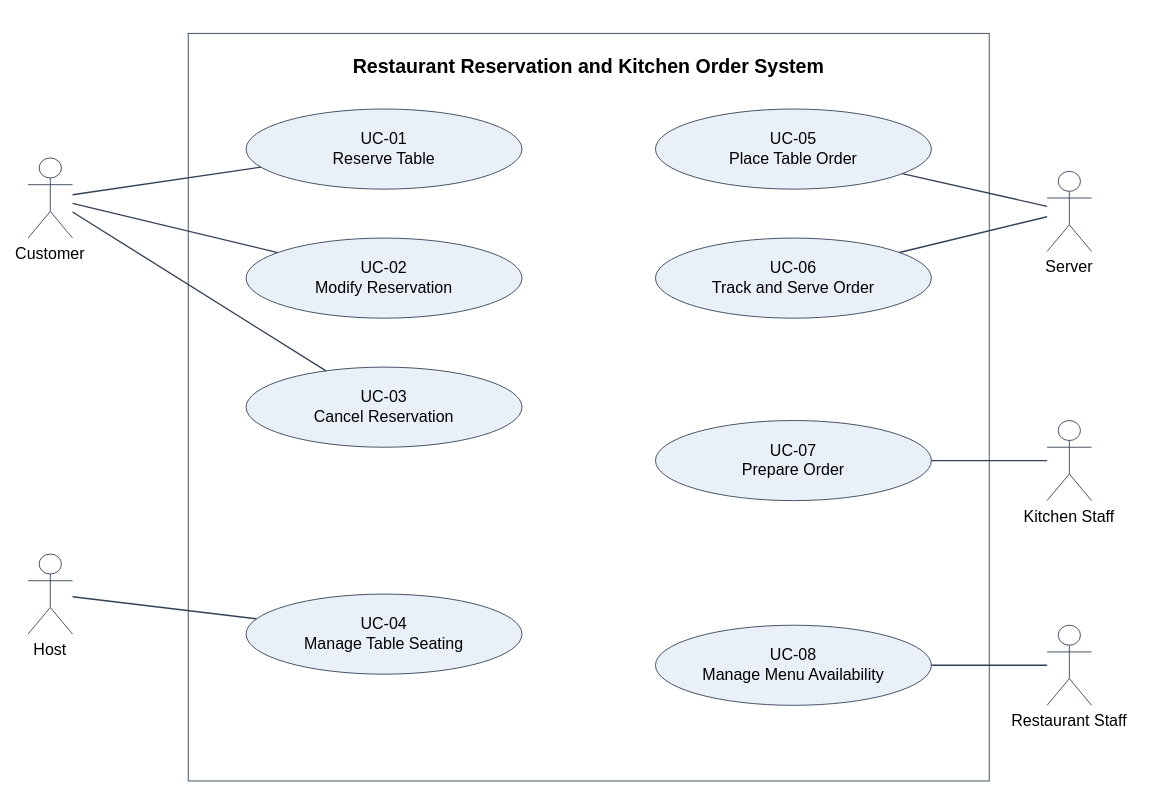
Above: docs/p2/diagrams/use-cases.drawio in sandip10nepal/cs3354-project-p1 (draw.io), before the change. Source tidied: cells renumbered, new cells numbered last; positions are measured from the earlier drawing's top-left corner, leaving out a move shared by most shapes. Both pictures are drawn from the tidied source at 89%, with x=0, y=0 at pixel (28, 33).
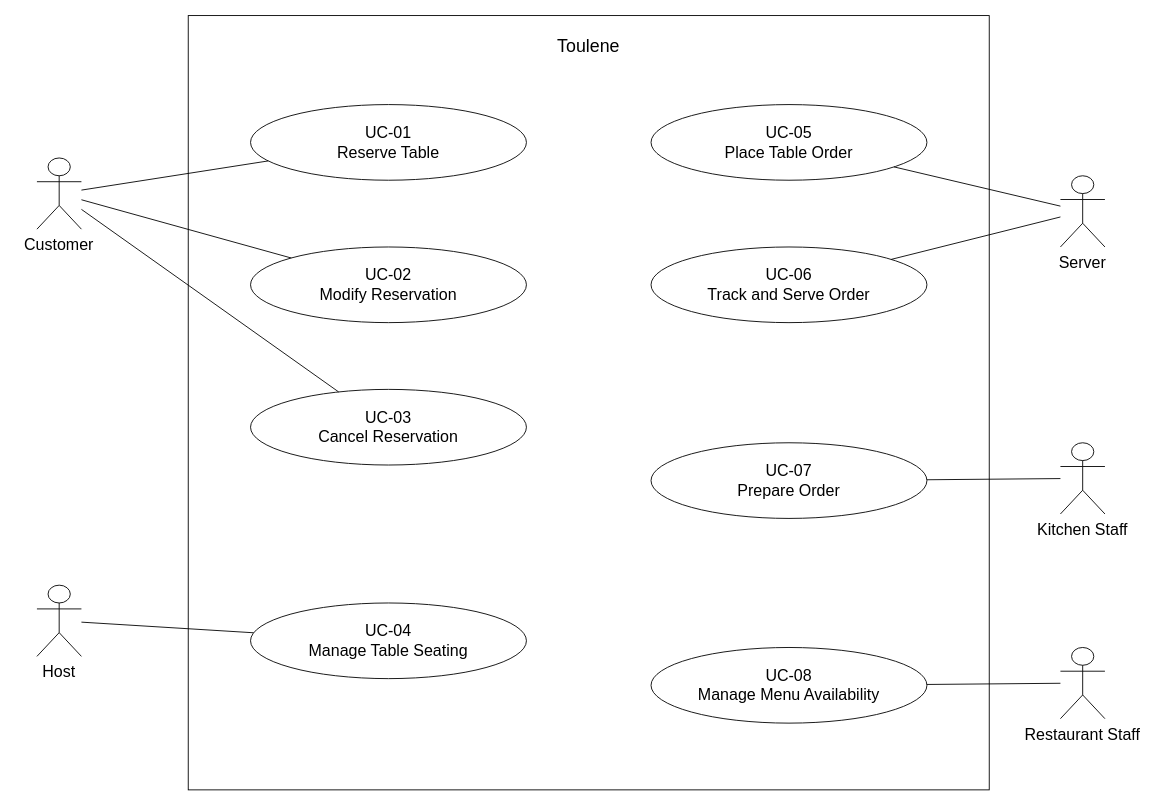
Above is the later version.

The edit, as a diff of the source:
```diff
@@
-    <mxCell id="2" value="Restaurant Reservation and Kitchen Order System" style="rounded=0;whiteSpace=wrap;html=0;fillColor=#ffffff;strokeColor=#334155;verticalAlign=top;spacingTop=18;fontSize=22;fontStyle=1;" parent="1" vertex="1">
-      <mxGeometry x="180" width="900" height="840" as="geometry" />
+    <mxCell id="2" value="Toulene" style="rounded=0;html=0;fillColor=#ffffff;strokeColor=#000000;verticalAlign=top;spacingTop=15;fontSize=20;" parent="1" vertex="1">
+      <mxGeometry x="180" y="-20" width="900" height="870" as="geometry" />
     </mxCell>
-    <mxCell id="3" value="Customer" style="shape=umlActor;verticalLabelPosition=bottom;verticalAlign=top;html=0;strokeColor=#334155;fillColor=#ffffff;fontSize=18;" parent="1" vertex="1">
-      <mxGeometry y="140" width="50" height="90" as="geometry" />
+    <mxCell id="3" value="Customer" style="shape=umlActor;verticalLabelPosition=bottom;verticalAlign=top;html=0;fillColor=#ffffff;strokeColor=#000000;fontSize=18;" parent="1" vertex="1">
+      <mxGeometry x="10" y="140" width="50" height="80" as="geometry" />
     </mxCell>
-    <mxCell id="4" value="Host" style="shape=umlActor;verticalLabelPosition=bottom;verticalAlign=top;html=0;strokeColor=#334155;fillColor=#ffffff;fontSize=18;" parent="1" vertex="1">
-      <mxGeometry y="585" width="50" height="90" as="geometry" />
+    <mxCell id="4" value="Host" style="shape=umlActor;verticalLabelPosition=bottom;verticalAlign=top;html=0;fillColor=#ffffff;strokeColor=#000000;fontSize=18;" parent="1" vertex="1">
+      <mxGeometry x="10" y="620" width="50" height="80" as="geometry" />
     </mxCell>
-    <mxCell id="5" value="Server" style="shape=umlActor;verticalLabelPosition=bottom;verticalAlign=top;html=0;strokeColor=#334155;fillColor=#ffffff;fontSize=18;" parent="1" vertex="1">
-      <mxGeometry x="1145" y="155" width="50" height="90" as="geometry" />
+    <mxCell id="5" value="Server" style="shape=umlActor;verticalLabelPosition=bottom;verticalAlign=top;html=0;fillColor=#ffffff;strokeColor=#000000;fontSize=18;" parent="1" vertex="1">
+      <mxGeometry x="1160" y="160" width="50" height="80" as="geometry" />
     </mxCell>
-    <mxCell id="6" value="Kitchen Staff" style="shape=umlActor;verticalLabelPosition=bottom;verticalAlign=top;html=0;strokeColor=#334155;fillColor=#ffffff;fontSize=18;" parent="1" vertex="1">
-      <mxGeometry x="1145" y="435" width="50" height="90" as="geometry" />
+    <mxCell id="6" value="Kitchen Staff" style="shape=umlActor;verticalLabelPosition=bottom;verticalAlign=top;html=0;fillColor=#ffffff;strokeColor=#000000;fontSize=18;" parent="1" vertex="1">
+      <mxGeometry x="1160" y="460" width="50" height="80" as="geometry" />
     </mxCell>
-    <mxCell id="7" value="Restaurant Staff" style="shape=umlActor;verticalLabelPosition=bottom;verticalAlign=top;html=0;strokeColor=#334155;fillColor=#ffffff;fontSize=18;" parent="1" vertex="1">
-      <mxGeometry x="1145" y="665" width="50" height="90" as="geometry" />
+    <mxCell id="7" value="Restaurant Staff" style="shape=umlActor;verticalLabelPosition=bottom;verticalAlign=top;html=0;fillColor=#ffffff;strokeColor=#000000;fontSize=18;" parent="1" vertex="1">
+      <mxGeometry x="1160" y="690" width="50" height="80" as="geometry" />
     </mxCell>
-    <mxCell id="8" value="UC-01&#10;Reserve Table" style="ellipse;whiteSpace=wrap;html=0;fillColor=#eaf0f8;strokeColor=#334155;fontSize=18;" parent="1" vertex="1">
-      <mxGeometry x="245" y="85" width="310" height="90" as="geometry" />
+    <mxCell id="8" value="UC-01&#10;Reserve Table" style="ellipse;whiteSpace=wrap;html=0;fillColor=#ffffff;strokeColor=#000000;fontSize=18;" parent="1" vertex="1">
+      <mxGeometry x="250" y="80" width="310" height="85" as="geometry" />
     </mxCell>
+    <mxCell id="16" style="endArrow=none;startArrow=none;strokeColor=#000000;" parent="1" edge="1" source="3" target="8">
+      <mxGeometry relative="1" as="geometry" />
+    </mxCell>
-    <mxCell id="9" value="UC-02&#10;Modify Reservation" style="ellipse;whiteSpace=wrap;html=0;fillColor=#eaf0f8;strokeColor=#334155;fontSize=18;" parent="1" vertex="1">
-      <mxGeometry x="245" y="230" width="310" height="90" as="geometry" />
+    <mxCell id="9" value="UC-02&#10;Modify Reservation" style="ellipse;whiteSpace=wrap;html=0;fillColor=#ffffff;strokeColor=#000000;fontSize=18;" parent="1" vertex="1">
+      <mxGeometry x="250" y="240" width="310" height="85" as="geometry" />
     </mxCell>
+    <mxCell id="17" style="endArrow=none;startArrow=none;strokeColor=#000000;" parent="1" edge="1" source="3" target="9">
+      <mxGeometry relative="1" as="geometry" />
+    </mxCell>
-    <mxCell id="10" value="UC-03&#10;Cancel Reservation" style="ellipse;whiteSpace=wrap;html=0;fillColor=#eaf0f8;strokeColor=#334155;fontSize=18;" parent="1" vertex="1">
-      <mxGeometry x="245" y="375" width="310" height="90" as="geometry" />
+    <mxCell id="10" value="UC-03&#10;Cancel Reservation" style="ellipse;whiteSpace=wrap;html=0;fillColor=#ffffff;strokeColor=#000000;fontSize=18;" parent="1" vertex="1">
+      <mxGeometry x="250" y="400" width="310" height="85" as="geometry" />
     </mxCell>
+    <mxCell id="18" style="endArrow=none;startArrow=none;strokeColor=#000000;" parent="1" edge="1" source="3" target="10">
+      <mxGeometry relative="1" as="geometry" />
+    </mxCell>
-    <mxCell id="11" value="UC-04&#10;Manage Table Seating" style="ellipse;whiteSpace=wrap;html=0;fillColor=#eaf0f8;strokeColor=#334155;fontSize=18;" parent="1" vertex="1">
-      <mxGeometry x="245" y="630" width="310" height="90" as="geometry" />
+    <mxCell id="11" value="UC-04&#10;Manage Table Seating" style="ellipse;whiteSpace=wrap;html=0;fillColor=#ffffff;strokeColor=#000000;fontSize=18;" parent="1" vertex="1">
+      <mxGeometry x="250" y="640" width="310" height="85" as="geometry" />
     </mxCell>
+    <mxCell id="19" style="endArrow=none;startArrow=none;strokeColor=#000000;" parent="1" edge="1" source="4" target="11">
+      <mxGeometry relative="1" as="geometry" />
+    </mxCell>
-    <mxCell id="12" value="UC-05&#10;Place Table Order" style="ellipse;whiteSpace=wrap;html=0;fillColor=#eaf0f8;strokeColor=#334155;fontSize=18;" parent="1" vertex="1">
-      <mxGeometry x="705" y="85" width="310" height="90" as="geometry" />
+    <mxCell id="12" value="UC-05&#10;Place Table Order" style="ellipse;whiteSpace=wrap;html=0;fillColor=#ffffff;strokeColor=#000000;fontSize=18;" parent="1" vertex="1">
+      <mxGeometry x="700" y="80" width="310" height="85" as="geometry" />
     </mxCell>
+    <mxCell id="20" style="endArrow=none;startArrow=none;strokeColor=#000000;" parent="1" edge="1" source="5" target="12">
+      <mxGeometry relative="1" as="geometry" />
+    </mxCell>
-    <mxCell id="13" value="UC-06&#10;Track and Serve Order" style="ellipse;whiteSpace=wrap;html=0;fillColor=#eaf0f8;strokeColor=#334155;fontSize=18;" parent="1" vertex="1">
-      <mxGeometry x="705" y="230" width="310" height="90" as="geometry" />
+    <mxCell id="13" value="UC-06&#10;Track and Serve Order" style="ellipse;whiteSpace=wrap;html=0;fillColor=#ffffff;strokeColor=#000000;fontSize=18;" parent="1" vertex="1">
+      <mxGeometry x="700" y="240" width="310" height="85" as="geometry" />
     </mxCell>
+    <mxCell id="21" style="endArrow=none;startArrow=none;strokeColor=#000000;" parent="1" edge="1" source="5" target="13">
+      <mxGeometry relative="1" as="geometry" />
+    </mxCell>
-    <mxCell id="14" value="UC-07&#10;Prepare Order" style="ellipse;whiteSpace=wrap;html=0;fillColor=#eaf0f8;strokeColor=#334155;fontSize=18;" parent="1" vertex="1">
-      <mxGeometry x="705" y="435" width="310" height="90" as="geometry" />
+    <mxCell id="14" value="UC-07&#10;Prepare Order" style="ellipse;whiteSpace=wrap;html=0;fillColor=#ffffff;strokeColor=#000000;fontSize=18;" parent="1" vertex="1">
+      <mxGeometry x="700" y="460" width="310" height="85" as="geometry" />
     </mxCell>
+    <mxCell id="22" style="endArrow=none;startArrow=none;strokeColor=#000000;" parent="1" edge="1" source="6" target="14">
+      <mxGeometry relative="1" as="geometry" />
+    </mxCell>
-    <mxCell id="15" value="UC-08&#10;Manage Menu Availability" style="ellipse;whiteSpace=wrap;html=0;fillColor=#eaf0f8;strokeColor=#334155;fontSize=18;" parent="1" vertex="1">
-      <mxGeometry x="705" y="665" width="310" height="90" as="geometry" />
+    <mxCell id="15" value="UC-08&#10;Manage Menu Availability" style="ellipse;whiteSpace=wrap;html=0;fillColor=#ffffff;strokeColor=#000000;fontSize=18;" parent="1" vertex="1">
+      <mxGeometry x="700" y="690" width="310" height="85" as="geometry" />
     </mxCell>
-    <mxCell id="16" style="endArrow=none;startArrow=none;html=0;strokeColor=#334155;strokeWidth=1.5;" parent="1" edge="1" source="3" target="8">
-      <mxGeometry relative="1" as="geometry" />
-    </mxCell>
-    <mxCell id="17" style="endArrow=none;startArrow=none;html=0;strokeColor=#334155;strokeWidth=1.5;" parent="1" edge="1" source="3" target="9">
-      <mxGeometry relative="1" as="geometry" />
-    </mxCell>
-    <mxCell id="18" style="endArrow=none;startArrow=none;html=0;strokeColor=#334155;strokeWidth=1.5;" parent="1" edge="1" source="3" target="10">
-      <mxGeometry relative="1" as="geometry" />
-    </mxCell>
-    <mxCell id="19" style="endArrow=none;startArrow=none;html=0;strokeColor=#334155;strokeWidth=1.5;" parent="1" edge="1" source="4" target="11">
-      <mxGeometry relative="1" as="geometry" />
-    </mxCell>
-    <mxCell id="20" style="endArrow=none;startArrow=none;html=0;strokeColor=#334155;strokeWidth=1.5;" parent="1" edge="1" source="5" target="12">
-      <mxGeometry relative="1" as="geometry" />
-    </mxCell>
-    <mxCell id="21" style="endArrow=none;startArrow=none;html=0;strokeColor=#334155;strokeWidth=1.5;" parent="1" edge="1" source="5" target="13">
-      <mxGeometry relative="1" as="geometry" />
-    </mxCell>
-    <mxCell id="22" style="endArrow=none;startArrow=none;html=0;strokeColor=#334155;strokeWidth=1.5;" parent="1" edge="1" source="6" target="14">
-      <mxGeometry relative="1" as="geometry" />
-    </mxCell>
-    <mxCell id="23" style="endArrow=none;startArrow=none;html=0;strokeColor=#334155;strokeWidth=1.5;" parent="1" edge="1" source="7" target="15">
+    <mxCell id="23" style="endArrow=none;startArrow=none;strokeColor=#000000;" parent="1" edge="1" source="7" target="15">
       <mxGeometry relative="1" as="geometry" />
     </mxCell>
```
